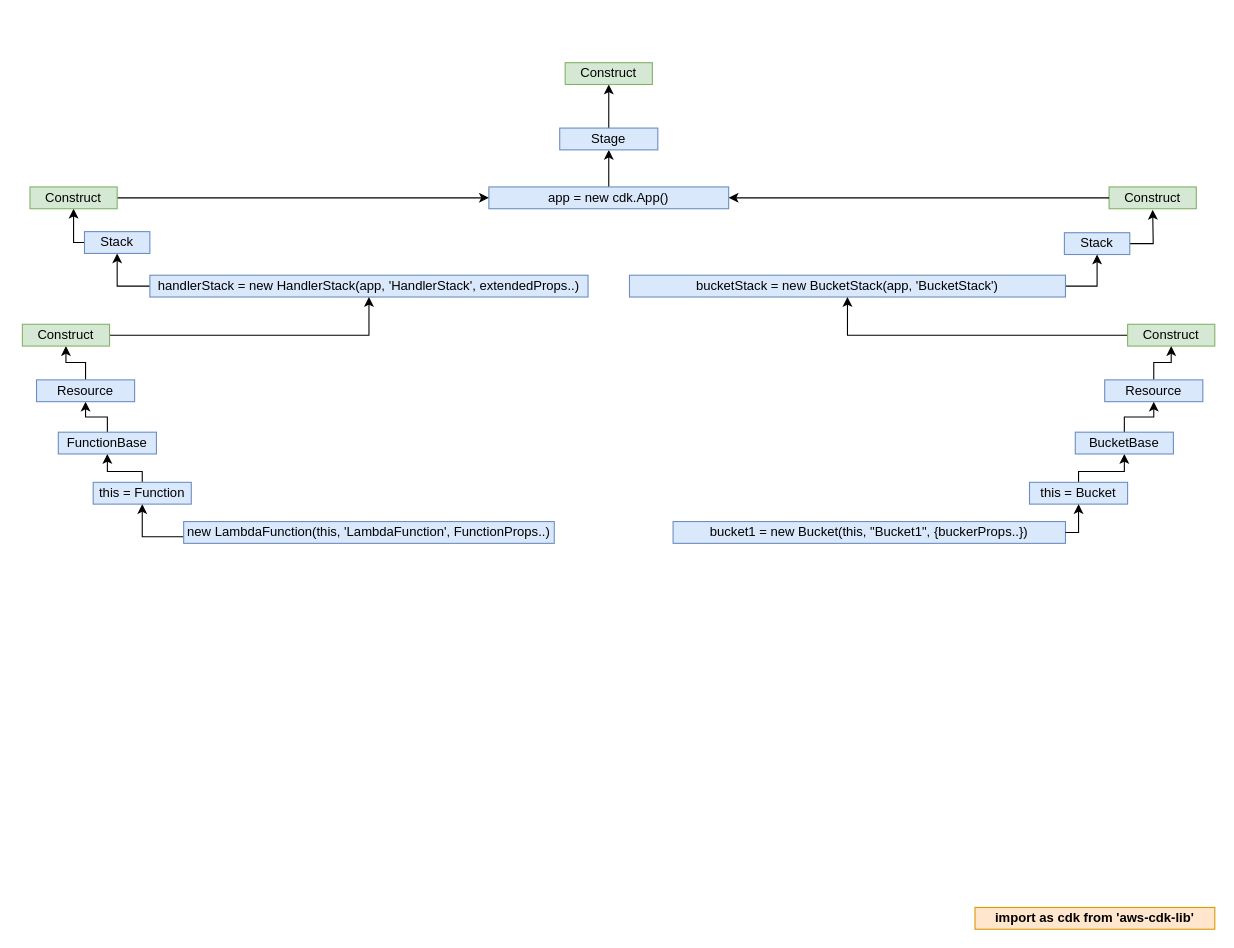
The draw.io diagram Devops-IaC-AWS_CDK_Tree_Node.drawio in Adam-Lechnos/diagrams-charts, before the edit. Source tidied: cells renumbered, new cells numbered last; positions are measured from the earlier drawing's top-left corner, leaving out a move shared by most shapes. Both pictures are drawn from the tidied source at 109%, with x=0, y=0 at pixel (22, 62).
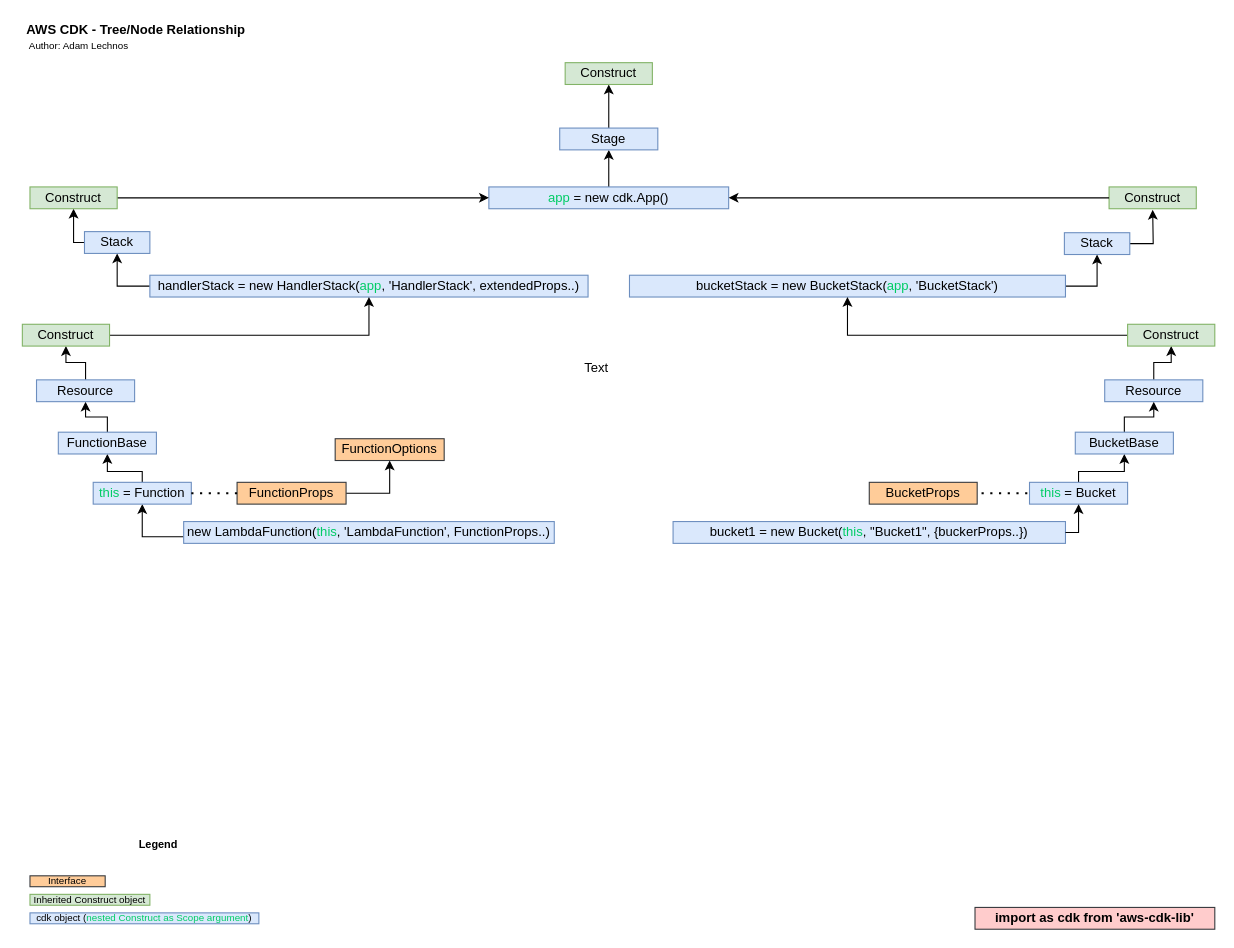
After the change.

The edit, as a diff of the source:
```diff
@@
-    <mxCell id="2" value="bucket1 = new Bucket(this, &quot;Bucket1&quot;, {buckerProps..})" style="rounded=0;whiteSpace=wrap;html=1;flipV=1;flipH=1;fillColor=#dae8fc;strokeColor=#6c8ebf;fontStyle=0;" parent="1" vertex="1">
+    <mxCell id="2" value="bucket1 = new Bucket(&lt;font color=&quot;#00cc66&quot;&gt;this&lt;/font&gt;, &quot;Bucket1&quot;, {buckerProps..})" style="rounded=0;whiteSpace=wrap;html=1;flipV=1;flipH=1;fillColor=#dae8fc;strokeColor=#6c8ebf;fontStyle=0;" parent="1" vertex="1">
       <mxGeometry x="597" y="421" width="360" height="20" as="geometry" />
     </mxCell>
-    <mxCell id="3" value="import as cdk from 'aws-cdk-lib'" style="rounded=0;whiteSpace=wrap;html=1;flipV=1;flipH=1;fillColor=#ffe6cc;strokeColor=#d79b00;fontStyle=1;" parent="1" vertex="1">
+    <mxCell id="3" value="import as cdk from 'aws-cdk-lib'" style="rounded=0;whiteSpace=wrap;html=1;flipV=1;flipH=1;fillColor=#ffcccc;strokeColor=#36393d;fontStyle=1;" parent="1" vertex="1">
       <mxGeometry x="874" y="775" width="220" height="20" as="geometry" />
     </mxCell>
@@
-    <mxCell id="5" value="app = new cdk.App()" style="rounded=0;whiteSpace=wrap;html=1;flipV=1;flipH=1;fillColor=#dae8fc;strokeColor=#6c8ebf;fontStyle=0;" parent="1" vertex="1">
+    <mxCell id="5" value="&lt;font color=&quot;#00cc66&quot;&gt;app&lt;/font&gt; = new cdk.App()" style="rounded=0;whiteSpace=wrap;html=1;flipV=1;flipH=1;fillColor=#dae8fc;strokeColor=#6c8ebf;fontStyle=0;" parent="1" vertex="1">
       <mxGeometry x="428" y="114" width="220" height="20" as="geometry" />
     </mxCell>
@@
-    <mxCell id="7" value="bucketStack = new BucketStack(app, 'BucketStack')" style="rounded=0;whiteSpace=wrap;html=1;flipV=1;flipH=1;fillColor=#dae8fc;strokeColor=#6c8ebf;fontStyle=0;" parent="1" vertex="1">
+    <mxCell id="7" value="bucketStack = new BucketStack(&lt;font color=&quot;#00cc66&quot;&gt;app&lt;/font&gt;, 'BucketStack')" style="rounded=0;whiteSpace=wrap;html=1;flipV=1;flipH=1;fillColor=#dae8fc;strokeColor=#6c8ebf;fontStyle=0;" parent="1" vertex="1">
       <mxGeometry x="557" y="195" width="400" height="20" as="geometry" />
     </mxCell>
@@
-    <mxCell id="9" value="handlerStack = new HandlerStack(app, 'HandlerStack', extendedProps..)" style="rounded=0;whiteSpace=wrap;html=1;flipV=1;flipH=1;fillColor=#dae8fc;strokeColor=#6c8ebf;fontStyle=0;" parent="1" vertex="1">
+    <mxCell id="9" value="handlerStack = new HandlerStack(&lt;font color=&quot;#00cc66&quot;&gt;app&lt;/font&gt;, 'HandlerStack', extendedProps..)" style="rounded=0;whiteSpace=wrap;html=1;flipV=1;flipH=1;fillColor=#dae8fc;strokeColor=#6c8ebf;fontStyle=0;" parent="1" vertex="1">
       <mxGeometry x="117" y="195" width="402" height="20" as="geometry" />
     </mxCell>
@@
-    <mxCell id="11" value="new LambdaFunction(this, 'LambdaFunction', FunctionProps..)" style="rounded=0;whiteSpace=wrap;html=1;flipV=1;flipH=1;fillColor=#dae8fc;strokeColor=#6c8ebf;fontStyle=0;" parent="1" vertex="1">
+    <mxCell id="11" value="new LambdaFunction(&lt;font color=&quot;#00cc66&quot;&gt;this&lt;/font&gt;, 'LambdaFunction', FunctionProps..)" style="rounded=0;whiteSpace=wrap;html=1;flipV=1;flipH=1;fillColor=#dae8fc;strokeColor=#6c8ebf;fontStyle=0;" parent="1" vertex="1">
       <mxGeometry x="148" y="421" width="340" height="20" as="geometry" />
     </mxCell>
@@
-    <mxCell id="20" value="this = Function" style="rounded=0;whiteSpace=wrap;html=1;flipV=1;flipH=1;fillColor=#dae8fc;strokeColor=#6c8ebf;fontStyle=0;" parent="1" vertex="1">
+    <mxCell id="20" value="&lt;font color=&quot;#00cc66&quot;&gt;this&lt;/font&gt; = Function" style="rounded=0;whiteSpace=wrap;html=1;flipV=1;flipH=1;fillColor=#dae8fc;strokeColor=#6c8ebf;fontStyle=0;" parent="1" vertex="1">
       <mxGeometry x="65" y="385" width="90" height="20" as="geometry" />
     </mxCell>
@@
-    <mxCell id="31" value="this = Bucket" style="rounded=0;whiteSpace=wrap;html=1;flipV=1;flipH=1;fillColor=#dae8fc;strokeColor=#6c8ebf;fontStyle=0;" parent="1" vertex="1">
+    <mxCell id="31" value="&lt;font color=&quot;#00cc66&quot;&gt;this&lt;/font&gt; = Bucket" style="rounded=0;whiteSpace=wrap;html=1;flipV=1;flipH=1;fillColor=#dae8fc;strokeColor=#6c8ebf;fontStyle=0;" parent="1" vertex="1">
       <mxGeometry x="924" y="385" width="90" height="20" as="geometry" />
     </mxCell>
@@
+    <mxCell id="40" value="BucketProps" style="rounded=0;whiteSpace=wrap;html=1;flipV=1;flipH=1;fillColor=#ffcc99;strokeColor=#36393d;fontStyle=0;" parent="1" vertex="1">
+      <mxGeometry x="777" y="385" width="99" height="20" as="geometry" />
+    </mxCell>
+    <mxCell id="41" style="edgeStyle=orthogonalEdgeStyle;rounded=0;jettySize=auto;html=1;entryX=0.5;entryY=1;entryDx=0;entryDy=0;" parent="1" edge="1" source="42" target="43">
+      <mxGeometry relative="1" as="geometry">
+        <Array as="points">
+          <mxPoint x="337" y="395" />
+        </Array>
+      </mxGeometry>
+    </mxCell>
+    <mxCell id="42" value="FunctionProps" style="rounded=0;whiteSpace=wrap;html=1;flipV=1;flipH=1;fillColor=#ffcc99;strokeColor=#36393d;fontStyle=0;" parent="1" vertex="1">
+      <mxGeometry x="197" y="385" width="100" height="20" as="geometry" />
+    </mxCell>
+    <mxCell id="43" value="FunctionOptions" style="rounded=0;whiteSpace=wrap;html=1;flipV=1;flipH=1;fillColor=#ffcc99;strokeColor=#36393d;fontStyle=0;" parent="1" vertex="1">
+      <mxGeometry x="287" y="345" width="100" height="20" as="geometry" />
+    </mxCell>
+    <mxCell id="44" style="endArrow=none;dashed=1;html=1;dashPattern=1 3;strokeWidth=2;rounded=0;exitX=1;exitY=0.5;exitDx=0;exitDy=0;" parent="1" edge="1" source="20">
+      <mxGeometry relative="1" as="geometry">
+        <mxPoint x="197" y="395" as="targetPoint" />
+      </mxGeometry>
+    </mxCell>
+    <mxCell id="45" style="endArrow=none;dashed=1;html=1;dashPattern=1 3;strokeWidth=2;rounded=0;exitX=1;exitY=0.5;exitDx=0;exitDy=0;" parent="1" edge="1">
+      <mxGeometry relative="1" as="geometry">
+        <mxPoint x="880" y="395" as="sourcePoint" />
+        <mxPoint x="922" y="395" as="targetPoint" />
+      </mxGeometry>
+    </mxCell>
+    <mxCell id="46" value="&lt;font style=&quot;font-size: 9px;&quot;&gt;Interface&lt;/font&gt;" style="rounded=0;whiteSpace=wrap;html=1;flipV=1;flipH=1;fillColor=#ffcc99;strokeColor=#36393d;fontStyle=0;fontSize=9;" parent="1" vertex="1">
+      <mxGeometry x="7" y="746" width="69" height="10" as="geometry" />
+    </mxCell>
+    <mxCell id="47" value="Legend" style="text;html=1;align=center;verticalAlign=middle;whiteSpace=wrap;rounded=0;fontStyle=1;fontSize=10;" parent="1" vertex="1">
+      <mxGeometry x="95" y="702" width="60" height="30" as="geometry" />
+    </mxCell>
+    <mxCell id="48" value="cdk object (&lt;font color=&quot;#00cc66&quot; style=&quot;font-size: 9px;&quot;&gt;nested Construct as Scope argument&lt;/font&gt;)" style="rounded=0;whiteSpace=wrap;html=1;flipV=1;flipH=1;fillColor=#dae8fc;strokeColor=#6c8ebf;fontStyle=0;fontSize=9;" parent="1" vertex="1">
+      <mxGeometry x="7" y="780" width="210" height="10" as="geometry" />
+    </mxCell>
+    <mxCell id="49" value="Inherited Construct object" style="rounded=0;whiteSpace=wrap;html=1;flipV=1;flipH=1;fillColor=#d5e8d4;strokeColor=#82b366;fontStyle=0;fontSize=9;" parent="1" vertex="1">
+      <mxGeometry x="7" y="763" width="110" height="10" as="geometry" />
+    </mxCell>
+    <mxCell id="50" value="Text" style="text;html=1;align=center;verticalAlign=middle;whiteSpace=wrap;rounded=0;" parent="1" vertex="1">
+      <mxGeometry x="497" y="265" width="60" height="30" as="geometry" />
+    </mxCell>
+    <mxCell id="51" value="AWS CDK - Tree/Node Relationship" style="text;html=1;align=center;verticalAlign=middle;whiteSpace=wrap;rounded=0;fontStyle=1;" parent="1" vertex="1">
+      <mxGeometry x="-3" y="-40" width="215" height="20" as="geometry" />
+    </mxCell>
+    <mxCell id="52" value="Author: Adam Lechnos" style="text;html=1;align=center;verticalAlign=middle;whiteSpace=wrap;rounded=0;fontStyle=0;fontSize=9;" parent="1" vertex="1">
+      <mxGeometry x="-3" y="-20" width="110" height="10" as="geometry" />
+    </mxCell>
```
